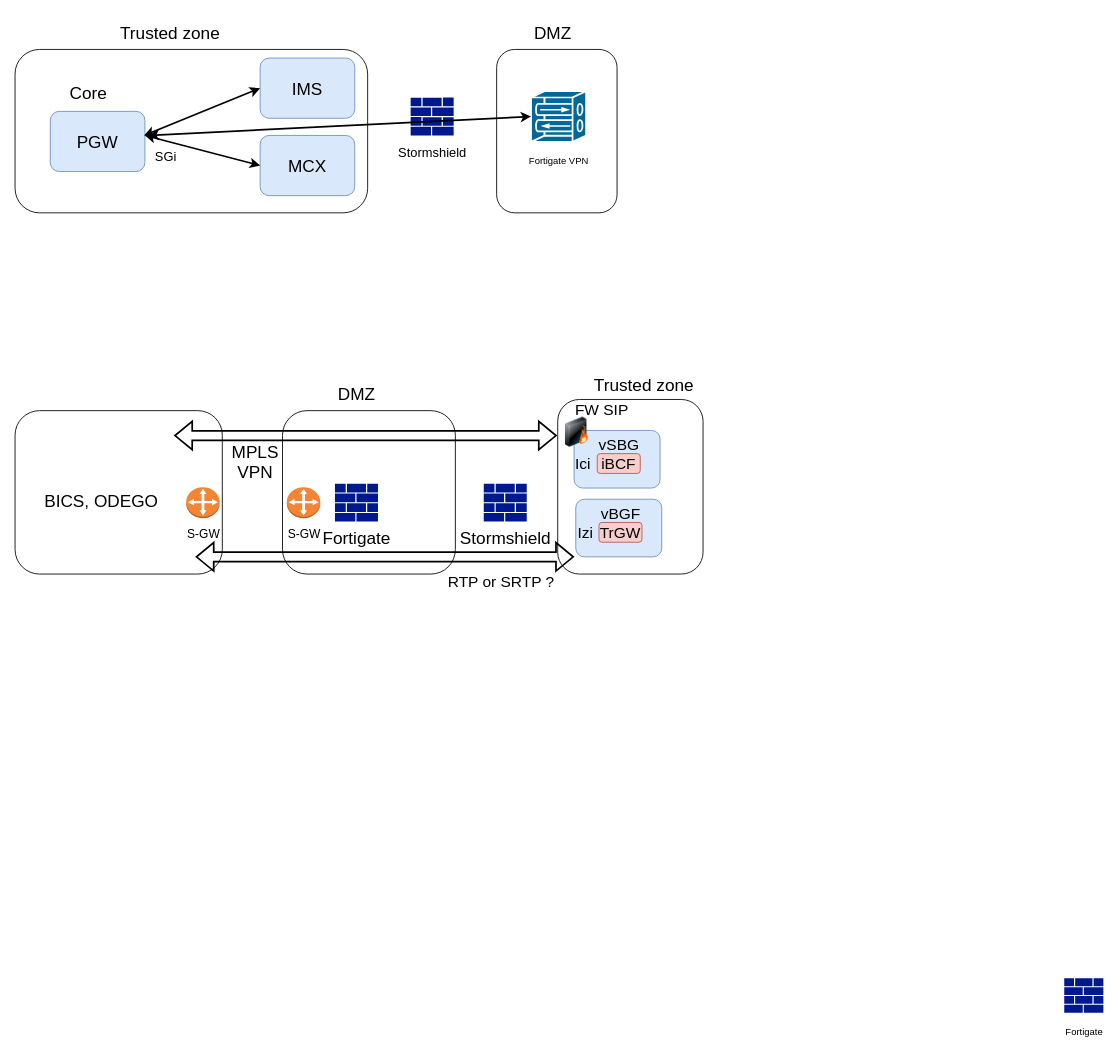
h4kdev/diagrams keeps this draw.io diagram as page "Page-3" (3 of 3) of use_cases_sec.drawio. Above is the earlier version. Source tidied: cells renumbered, new cells numbered last; positions are measured from the earlier drawing's top-left corner, leaving out a move shared by most shapes. Both pictures are drawn from the tidied source at 86%, with x=0, y=0 at pixel (15, 15).
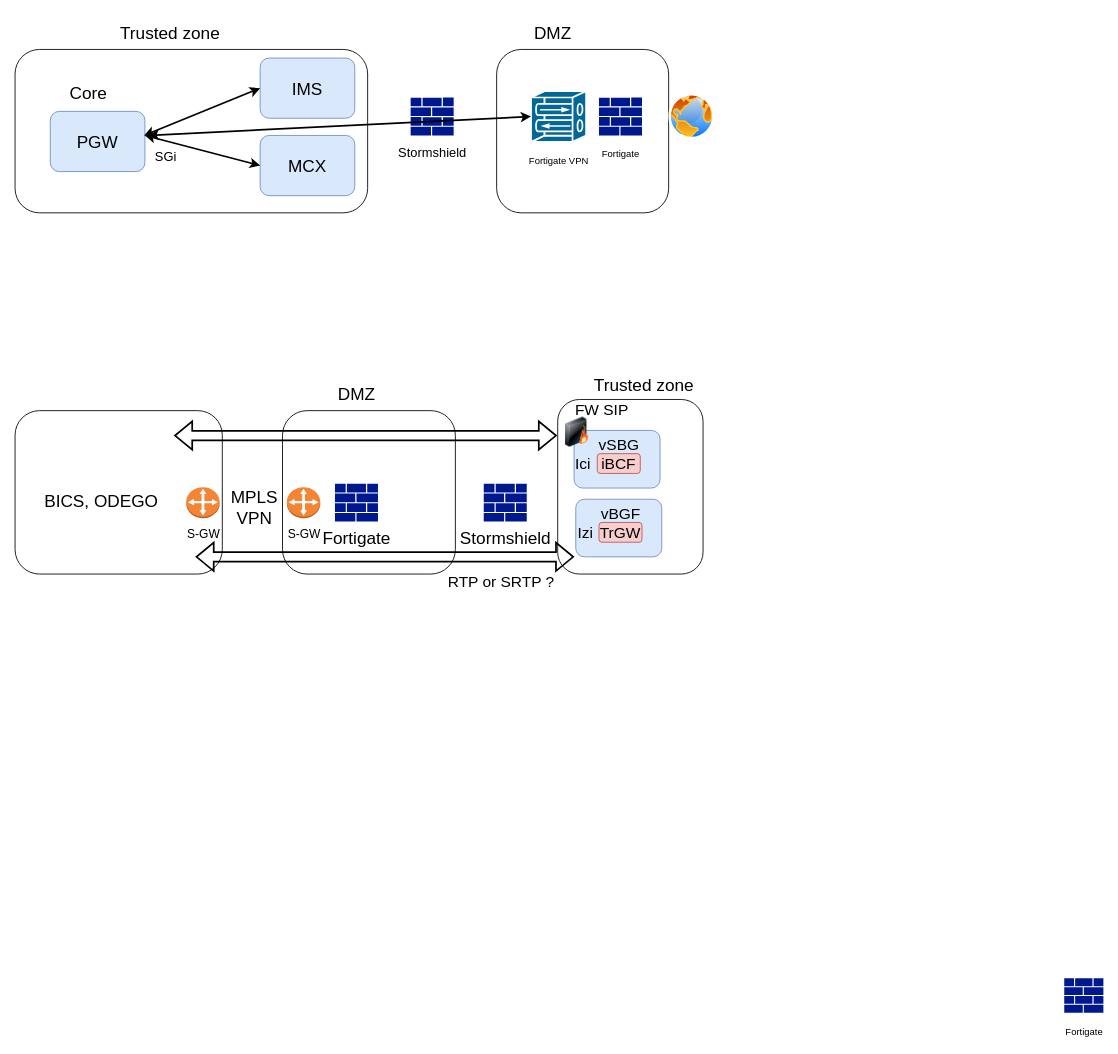
After the change.

Diff of the diagram source:
```diff
@@
     <mxCell id="10" style="rounded=1;whiteSpace=wrap;html=1;fontSize=19;" parent="1" vertex="1">
-      <mxGeometry x="560" y="40" width="140" height="190" as="geometry" />
+      <mxGeometry x="560" y="40" width="200" height="190" as="geometry" />
     </mxCell>
@@
     <mxCell id="28" value="&lt;font style=&quot;font-size: 20px;&quot;&gt;MPLS&lt;br&gt;VPN&lt;br&gt;&lt;/font&gt;" style="text;html=1;align=center;verticalAlign=middle;strokeColor=none;fillColor=none;fontSize=8;" parent="1" vertex="1">
-      <mxGeometry x="239" y="489" width="80" height="60" as="geometry" />
+      <mxGeometry x="238" y="541.5" width="80" height="60" as="geometry" />
     </mxCell>
@@
+    <mxCell id="41" value="&lt;font style=&quot;font-size: 11px;&quot;&gt;Fortigate&lt;/font&gt;" style="sketch=0;shadow=0;dashed=0;html=1;strokeColor=none;labelPosition=center;verticalLabelPosition=bottom;verticalAlign=top;align=center;fillColor=#00188D;shape=mxgraph.mscae.enterprise.firewall;fontSize=20;" parent="1" vertex="1">
+      <mxGeometry x="679" y="96" width="50" height="44" as="geometry" />
+    </mxCell>
+    <mxCell id="42" style="perimeter=ellipsePerimeter;html=1;align=center;shadow=0;dashed=0;spacingTop=3;image;image=img/lib/active_directory/internet_globe.svg;fontSize=17;" parent="1" vertex="1">
+      <mxGeometry x="760" y="91" width="54" height="54" as="geometry" />
+    </mxCell>
```
